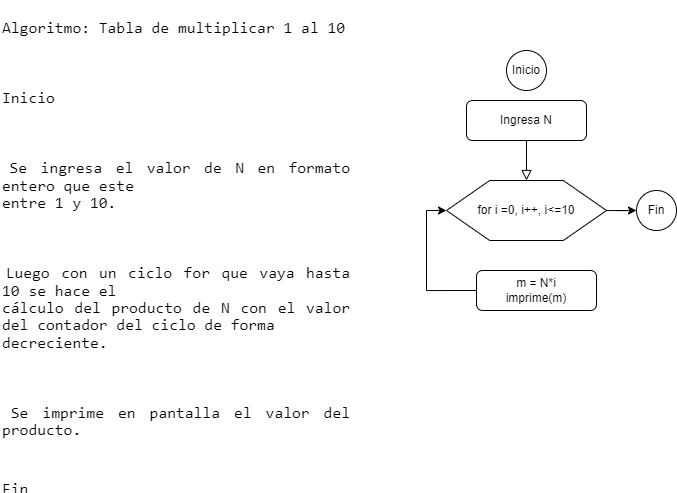
The draw.io diagram TablaMult.drawio.png in BROC95/ADSO, before a commit. Source tidied: cells renumbered, new cells last; positions are measured from the earlier drawing's top-left corner, leaving out a move shared by most shapes.
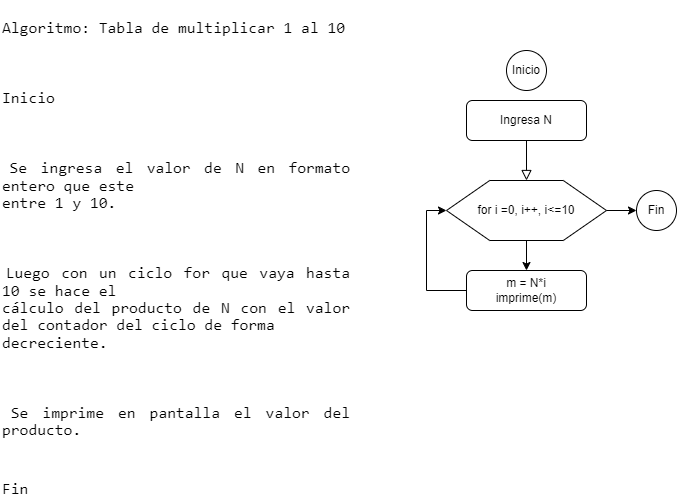
After the change.

What changed in the source:
```diff
@@ -12,7 +12,7 @@
       <mxGeometry relative="1" as="geometry" />
     </mxCell>
     <mxCell id="5" value="m = N*i&lt;br&gt;imprime(m)" style="rounded=1;whiteSpace=wrap;html=1;fontSize=12;glass=0;strokeWidth=1;shadow=0;" parent="1" vertex="1">
-      <mxGeometry x="476" y="270" width="120" height="40" as="geometry" />
+      <mxGeometry x="466" y="270" width="120" height="40" as="geometry" />
     </mxCell>
     <mxCell id="6" value="&lt;p class=&quot;MsoNormal&quot; style=&quot;text-align:justify&quot;&gt;&lt;span lang=&quot;ES-CO&quot; style=&quot;font-size:12.0pt;line-height:107%;font-family:Consolas;mso-bidi-font-family:&#10;Arial&quot;&gt;Algoritmo: Tabla de multiplicar 1 al 10&lt;/span&gt;&lt;/p&gt;&#10;&#10;&lt;p class=&quot;MsoNormal&quot; style=&quot;text-align:justify&quot;&gt;&lt;span lang=&quot;ES-CO&quot; style=&quot;font-size:12.0pt;line-height:107%;font-family:Consolas;mso-bidi-font-family:&#10;Arial&quot;&gt;Inicio&lt;/span&gt;&lt;/p&gt;&#10;&#10;&lt;p class=&quot;MsoListParagraphCxSpFirst&quot; style=&quot;text-align:justify;text-indent:-18.0pt;&#10;mso-list:l0 level1 lfo1&quot;&gt;&lt;span lang=&quot;ES-CO&quot; style=&quot;font-size:12.0pt;line-height:107%;font-family:Consolas;mso-fareast-font-family:&#10;Consolas;mso-bidi-font-family:Consolas&quot;&gt;&lt;span style=&quot;mso-list:Ignore&quot;&gt;1.&lt;span style=&quot;font:7.0pt &amp;quot;Times New Roman&amp;quot;&quot;&gt;&amp;nbsp; &lt;/span&gt;&lt;/span&gt;&lt;/span&gt;&lt;span lang=&quot;ES-CO&quot; style=&quot;font-size:12.0pt;line-height:107%;font-family:Consolas;&#10;mso-bidi-font-family:Arial&quot;&gt;Se ingresa el valor de N en formato entero que este&#10;entre 1 y 10.&lt;/span&gt;&lt;/p&gt;&#10;&#10;&lt;p class=&quot;MsoListParagraphCxSpMiddle&quot; style=&quot;text-align:justify;text-indent:-18.0pt;&#10;mso-list:l0 level1 lfo1&quot;&gt;&lt;span lang=&quot;ES-CO&quot; style=&quot;font-size:12.0pt;line-height:107%;font-family:Consolas;mso-fareast-font-family:&#10;Consolas;mso-bidi-font-family:Consolas&quot;&gt;&lt;span style=&quot;mso-list:Ignore&quot;&gt;2.&lt;span style=&quot;font:7.0pt &amp;quot;Times New Roman&amp;quot;&quot;&gt;&amp;nbsp; &lt;/span&gt;&lt;/span&gt;&lt;/span&gt;&lt;span lang=&quot;ES-CO&quot; style=&quot;font-size:12.0pt;line-height:107%;font-family:Consolas;&#10;mso-bidi-font-family:Arial&quot;&gt;Luego con un ciclo for que vaya hasta 10 se hace el&#10;cálculo del producto de N con el valor del contador del ciclo de forma&#10;decreciente.&lt;/span&gt;&lt;/p&gt;&#10;&#10;&lt;p class=&quot;MsoListParagraphCxSpLast&quot; style=&quot;text-align:justify;text-indent:-18.0pt;&#10;mso-list:l0 level1 lfo1&quot;&gt;&lt;span lang=&quot;ES-CO&quot; style=&quot;font-size:12.0pt;line-height:107%;font-family:Consolas;mso-fareast-font-family:&#10;Consolas;mso-bidi-font-family:Consolas&quot;&gt;&lt;span style=&quot;mso-list:Ignore&quot;&gt;3.&lt;span style=&quot;font:7.0pt &amp;quot;Times New Roman&amp;quot;&quot;&gt;&amp;nbsp; &lt;/span&gt;&lt;/span&gt;&lt;/span&gt;&lt;span lang=&quot;ES-CO&quot; style=&quot;font-size:12.0pt;line-height:107%;font-family:Consolas;&#10;mso-bidi-font-family:Arial&quot;&gt;Se imprime en pantalla el valor del producto. &lt;/span&gt;&lt;/p&gt;&#10;&#10;&lt;span lang=&quot;ES-CO&quot; style=&quot;font-size:12.0pt;line-height:107%;font-family:Consolas;&#10;mso-fareast-font-family:Calibri;mso-fareast-theme-font:minor-latin;mso-bidi-font-family:&#10;Arial;mso-ansi-language:ES-CO;mso-fareast-language:EN-US;mso-bidi-language:&#10;AR-SA&quot;&gt;Fin&lt;/span&gt;" style="text;whiteSpace=wrap;html=1;" parent="1" vertex="1">
       <mxGeometry width="350" height="460" as="geometry" />
@@ -35,5 +35,8 @@
     <mxCell id="12" style="edgeStyle=orthogonalEdgeStyle;rounded=0;jettySize=auto;html=1;entryX=0;entryY=0.5;entryDx=0;entryDy=0;" parent="1" edge="1" source="8" target="10">
       <mxGeometry relative="1" as="geometry" />
     </mxCell>
+    <mxCell id="13" style="edgeStyle=orthogonalEdgeStyle;rounded=0;jettySize=auto;html=1;" parent="1" edge="1" source="8" target="5">
+      <mxGeometry relative="1" as="geometry" />
+    </mxCell>
   </root>
 </mxGraphModel>
```
